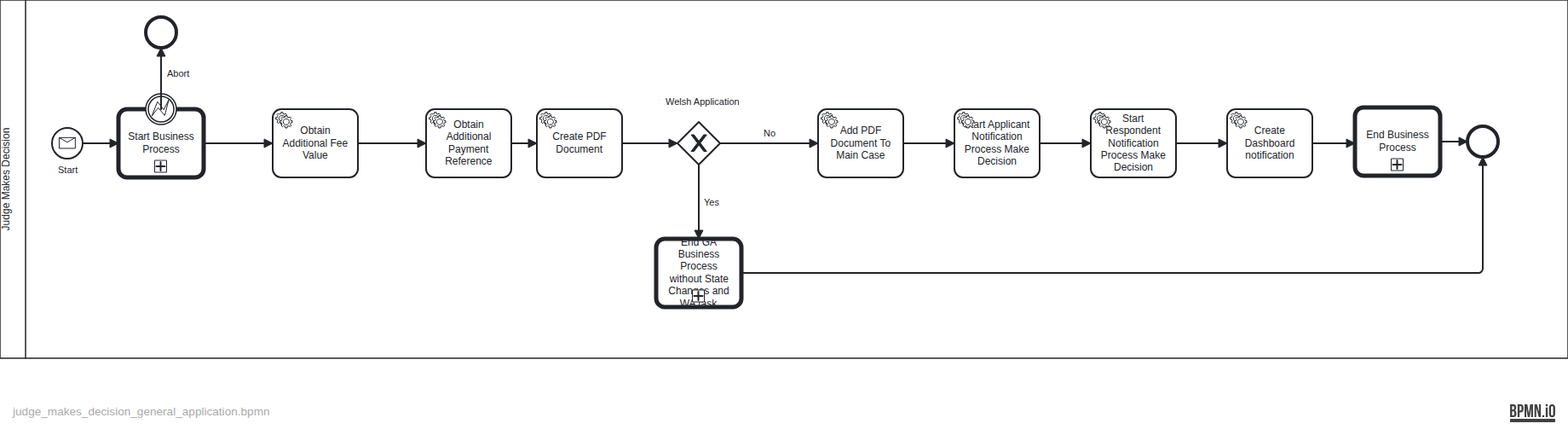
This is docs/bpmn-diagrams/judge_makes_decision_general_application.png from hmcts/civil-service, a BPMN export, as it was before one commit. Its source is kept beside it as src/main/resources/camunda/judge_makes_decision_general_application.bpmn. Ids are renumbered. Source of this version:
```xml
<bpmn:definitions xmlns:bpmn="http://www.omg.org/spec/BPMN/20100524/MODEL" xmlns:bpmndi="http://www.omg.org/spec/BPMN/20100524/DI" xmlns:dc="http://www.omg.org/spec/DD/20100524/DC" xmlns:camunda="http://camunda.org/schema/1.0/bpmn" xmlns:di="http://www.omg.org/spec/DD/20100524/DI" xmlns:xsi="http://www.w3.org/2001/XMLSchema-instance" xmlns:modeler="http://camunda.org/schema/modeler/1.0" id="Definitions_n1" targetNamespace="http://bpmn.io/schema/bpmn" exporter="Camunda Modeler" exporterVersion="5.41.0" modeler:executionPlatform="Camunda Platform" modeler:executionPlatformVersion="7.15.0">
  <bpmn:collaboration id="JudgeMakesDecision">
    <bpmn:participant id="Participant_n2" name="Judge Makes Decision&#10;" processRef="GA_MAKE_DECISION_PROCESS_ID" />
  </bpmn:collaboration>
  <bpmn:process id="GA_MAKE_DECISION_PROCESS_ID" name="GA make decision process" isExecutable="true" camunda:historyTimeToLive="P90D">
    <bpmn:startEvent id="Event_n3" name="Start">
      <bpmn:outgoing>Flow_n4</bpmn:outgoing>
      <bpmn:messageEventDefinition id="MessageEventDefinition_n5" messageRef="Message_n6" />
    </bpmn:startEvent>
    <bpmn:endEvent id="Event_n7">
      <bpmn:incoming>Flow_n8</bpmn:incoming>
    </bpmn:endEvent>
    <bpmn:sequenceFlow id="Flow_n8" sourceRef="Activity_n9" targetRef="Event_n7" />
    <bpmn:sequenceFlow id="Flow_n4" sourceRef="Event_n3" targetRef="Activity_n9" />
    <bpmn:serviceTask id="ObtainAdditionalFeeValue" name="Obtain Additional Fee Value" camunda:type="external" camunda:topic="processExternalCaseEventGASpec">
      <bpmn:extensionElements>
        <camunda:inputOutput>
          <camunda:inputParameter name="caseEvent">OBTAIN_ADDITIONAL_FEE_VALUE</camunda:inputParameter>
        </camunda:inputOutput>
      </bpmn:extensionElements>
      <bpmn:incoming>Flow_n10</bpmn:incoming>
      <bpmn:outgoing>Flow_n11</bpmn:outgoing>
    </bpmn:serviceTask>
    <bpmn:callActivity id="Activity_n9" name="Start Business Process" calledElement="GA_StartGeneralApplicationBusinessProcess">
      <bpmn:extensionElements>
        <camunda:in variables="all" />
        <camunda:out variables="all" />
      </bpmn:extensionElements>
      <bpmn:incoming>Flow_n4</bpmn:incoming>
      <bpmn:outgoing>Flow_n8</bpmn:outgoing>
      <bpmn:outgoing>Flow_n10</bpmn:outgoing>
    </bpmn:callActivity>
    <bpmn:boundaryEvent id="Event_n12" name="Abort" attachedToRef="Activity_n9">
      <bpmn:errorEventDefinition id="ErrorEventDefinition_n13" />
    </bpmn:boundaryEvent>
    <bpmn:sequenceFlow id="Flow_n10" sourceRef="Activity_n9" targetRef="ObtainAdditionalFeeValue" />
    <bpmn:serviceTask id="ObtainAdditionalPaymentReference" name="Obtain Additional Payment Reference" camunda:type="external" camunda:topic="processExternalCaseEventGASpec">
      <bpmn:extensionElements>
        <camunda:inputOutput>
          <camunda:inputParameter name="caseEvent">OBTAIN_ADDITIONAL_PAYMENT_REF</camunda:inputParameter>
        </camunda:inputOutput>
      </bpmn:extensionElements>
      <bpmn:incoming>Flow_n11</bpmn:incoming>
      <bpmn:outgoing>Flow_n14</bpmn:outgoing>
    </bpmn:serviceTask>
    <bpmn:sequenceFlow id="Flow_n11" sourceRef="ObtainAdditionalFeeValue" targetRef="ObtainAdditionalPaymentReference" />
    <bpmn:sequenceFlow id="Flow_n14" sourceRef="ObtainAdditionalPaymentReference" targetRef="CreatePDFDocument" />
    <bpmn:serviceTask id="CreatePDFDocument" name="Create PDF Document" camunda:type="external" camunda:topic="applicationProcessCaseEventGASpec">
      <bpmn:extensionElements>
        <camunda:inputOutput>
          <camunda:inputParameter name="caseEvent">GENERATE_JUDGES_FORM</camunda:inputParameter>
        </camunda:inputOutput>
      </bpmn:extensionElements>
      <bpmn:incoming>Flow_n14</bpmn:incoming>
      <bpmn:outgoing>Flow_n15</bpmn:outgoing>
    </bpmn:serviceTask>
    <bpmn:exclusiveGateway id="Gateway_n16" name="Welsh Application">
      <bpmn:incoming>Flow_n15</bpmn:incoming>
      <bpmn:outgoing>Flow_n17</bpmn:outgoing>
      <bpmn:outgoing>Flow_n18</bpmn:outgoing>
    </bpmn:exclusiveGateway>
    <bpmn:sequenceFlow id="Flow_n17" name="No" sourceRef="Gateway_n16" targetRef="AddPDFDocumentToMainCase">
      <bpmn:conditionExpression xsi:type="bpmn:tFormalExpression">${(empty flowFlags.WELSH_ENABLED_FOR_JUDGE_DECISION) || (!empty flowFlags.WELSH_ENABLED_FOR_JUDGE_DECISION&amp;&amp; !flowFlags.WELSH_ENABLED_FOR_JUDGE_DECISION)}</bpmn:conditionExpression>
    </bpmn:sequenceFlow>
    <bpmn:sequenceFlow id="Flow_n15" sourceRef="CreatePDFDocument" targetRef="Gateway_n16" />
    <bpmn:sequenceFlow id="Flow_n18" name="Yes" sourceRef="Gateway_n16" targetRef="Activity_n19">
      <bpmn:conditionExpression xsi:type="bpmn:tFormalExpression">${(!empty flowFlags.WELSH_ENABLED_FOR_JUDGE_DECISION &amp;&amp; flowFlags.WELSH_ENABLED_FOR_JUDGE_DECISION)}</bpmn:conditionExpression>
    </bpmn:sequenceFlow>
    <bpmn:serviceTask id="StartApplicantNotificationProcessMakeDecision" name="Start Applicant Notification Process Make Decision" camunda:type="external" camunda:topic="processExternalCaseEventGASpec">
      <bpmn:extensionElements>
        <camunda:inputOutput>
          <camunda:inputParameter name="caseEvent">START_APPLICANT_NOTIFICATION_PROCESS_MAKE_DECISION</camunda:inputParameter>
        </camunda:inputOutput>
      </bpmn:extensionElements>
      <bpmn:incoming>Flow_n20</bpmn:incoming>
      <bpmn:outgoing>Flow_n21</bpmn:outgoing>
    </bpmn:serviceTask>
    <bpmn:serviceTask id="AddPDFDocumentToMainCase" name="Add PDF Document To Main Case" camunda:type="external" camunda:topic="updateFromGACaseEvent">
      <bpmn:extensionElements>
        <camunda:inputOutput>
          <camunda:inputParameter name="caseEvent">ADD_PDF_TO_MAIN_CASE</camunda:inputParameter>
        </camunda:inputOutput>
      </bpmn:extensionElements>
      <bpmn:incoming>Flow_n17</bpmn:incoming>
      <bpmn:outgoing>Flow_n20</bpmn:outgoing>
    </bpmn:serviceTask>
    <bpmn:sequenceFlow id="Flow_n22" sourceRef="Activity_n19" targetRef="Event_n23" />
    <bpmn:sequenceFlow id="Flow_n24" sourceRef="Activity_n25" targetRef="Event_n23" />
    <bpmn:sequenceFlow id="Flow_n26" sourceRef="GenerateDashboardNotificationsGaMakeDecision" targetRef="Activity_n25" />
    <bpmn:sequenceFlow id="Flow_n27" sourceRef="StartRespondentNotificationProcessMakeDecision" targetRef="GenerateDashboardNotificationsGaMakeDecision" />
    <bpmn:sequenceFlow id="Flow_n21" sourceRef="StartApplicantNotificationProcessMakeDecision" targetRef="StartRespondentNotificationProcessMakeDecision" />
    <bpmn:sequenceFlow id="Flow_n20" sourceRef="AddPDFDocumentToMainCase" targetRef="StartApplicantNotificationProcessMakeDecision" />
    <bpmn:callActivity id="Activity_n19" name="End GA Business Process without State Changes and WA task" calledElement="GA_EndBusinessProcessWithoutWATask">
      <bpmn:extensionElements>
        <camunda:in variables="all" />
      </bpmn:extensionElements>
      <bpmn:incoming>Flow_n18</bpmn:incoming>
      <bpmn:outgoing>Flow_n22</bpmn:outgoing>
    </bpmn:callActivity>
    <bpmn:serviceTask id="StartRespondentNotificationProcessMakeDecision" name="Start Respondent Notification Process Make Decision" camunda:type="external" camunda:topic="processExternalCaseEventGASpec">
      <bpmn:extensionElements>
        <camunda:inputOutput>
          <camunda:inputParameter name="caseEvent">START_RESPONDENT_NOTIFICATION_PROCESS_MAKE_DECISION</camunda:inputParameter>
        </camunda:inputOutput>
      </bpmn:extensionElements>
      <bpmn:incoming>Flow_n21</bpmn:incoming>
      <bpmn:outgoing>Flow_n27</bpmn:outgoing>
    </bpmn:serviceTask>
    <bpmn:serviceTask id="GenerateDashboardNotificationsGaMakeDecision" name="Create Dashboard notification" camunda:type="external" camunda:topic="gaDashboardNotifications">
      <bpmn:extensionElements>
        <camunda:inputOutput>
          <camunda:inputParameter name="caseEvent">DASHBOARD_NOTIFICATION_EVENT</camunda:inputParameter>
        </camunda:inputOutput>
      </bpmn:extensionElements>
      <bpmn:incoming>Flow_n27</bpmn:incoming>
      <bpmn:outgoing>Flow_n26</bpmn:outgoing>
    </bpmn:serviceTask>
    <bpmn:callActivity id="Activity_n25" name="End Business Process" calledElement="GA_EndJudgeMakesDecisionBusinessProcess">
      <bpmn:extensionElements>
        <camunda:in variables="all" />
      </bpmn:extensionElements>
      <bpmn:incoming>Flow_n26</bpmn:incoming>
      <bpmn:outgoing>Flow_n24</bpmn:outgoing>
    </bpmn:callActivity>
    <bpmn:endEvent id="Event_n23">
      <bpmn:incoming>Flow_n24</bpmn:incoming>
      <bpmn:incoming>Flow_n22</bpmn:incoming>
    </bpmn:endEvent>
  </bpmn:process>
  <bpmn:message id="Message_n6" name="MAKE_DECISION" />
  <bpmndi:BPMNDiagram id="BPMNDiagram_1">
    <bpmndi:BPMNPlane id="BPMNPlane_1" bpmnElement="JudgeMakesDecision">
      <bpmndi:BPMNShape id="Participant_n2_di" bpmnElement="Participant_n2" isHorizontal="true">
        <dc:Bounds x="170" y="80" width="1840" height="420" />
      </bpmndi:BPMNShape>
      <bpmndi:BPMNShape id="Event_n3_di" bpmnElement="Event_n3">
        <dc:Bounds x="231" y="230" width="36" height="36" />
        <bpmndi:BPMNLabel>
          <dc:Bounds x="237" y="273" width="25" height="14" />
        </bpmndi:BPMNLabel>
      </bpmndi:BPMNShape>
      <bpmndi:BPMNShape id="Event_n7_di" bpmnElement="Event_n7">
        <dc:Bounds x="341" y="100" width="36" height="36" />
      </bpmndi:BPMNShape>
      <bpmndi:BPMNShape id="Activity_0nur7t1_di" bpmnElement="ObtainAdditionalFeeValue">
        <dc:Bounds x="490" y="208" width="100" height="80" />
      </bpmndi:BPMNShape>
      <bpmndi:BPMNShape id="Activity_n9_di" bpmnElement="Activity_n9">
        <dc:Bounds x="309" y="208" width="100" height="80" />
      </bpmndi:BPMNShape>
      <bpmndi:BPMNShape id="Activity_1iluc48_di" bpmnElement="ObtainAdditionalPaymentReference">
        <dc:Bounds x="670" y="208" width="100" height="80" />
      </bpmndi:BPMNShape>
      <bpmndi:BPMNShape id="Activity_02izv88_di" bpmnElement="CreatePDFDocument">
        <dc:Bounds x="800" y="208" width="100" height="80" />
      </bpmndi:BPMNShape>
      <bpmndi:BPMNShape id="Gateway_n16_di" bpmnElement="Gateway_n16" isMarkerVisible="true">
        <dc:Bounds x="965" y="223" width="50" height="50" />
        <bpmndi:BPMNLabel>
          <dc:Bounds x="951" y="193" width="86" height="14" />
        </bpmndi:BPMNLabel>
      </bpmndi:BPMNShape>
      <bpmndi:BPMNShape id="Activity_0d7dqyf_di" bpmnElement="StartApplicantNotificationProcessMakeDecision">
        <dc:Bounds x="1290" y="208" width="100" height="80" />
        <bpmndi:BPMNLabel />
      </bpmndi:BPMNShape>
      <bpmndi:BPMNShape id="Activity_0gedw0q_di" bpmnElement="AddPDFDocumentToMainCase">
        <dc:Bounds x="1130" y="208" width="100" height="80" />
      </bpmndi:BPMNShape>
      <bpmndi:BPMNShape id="Activity_14sbez9_di" bpmnElement="Activity_n19">
        <dc:Bounds x="940" y="360" width="100" height="80" />
        <bpmndi:BPMNLabel />
      </bpmndi:BPMNShape>
      <bpmndi:BPMNShape id="BPMNShape_n28" bpmnElement="StartRespondentNotificationProcessMakeDecision">
        <dc:Bounds x="1450" y="208" width="100" height="80" />
        <bpmndi:BPMNLabel />
      </bpmndi:BPMNShape>
      <bpmndi:BPMNShape id="Activity_1vqp3lv_di" bpmnElement="GenerateDashboardNotificationsGaMakeDecision">
        <dc:Bounds x="1610" y="208" width="100" height="80" />
        <bpmndi:BPMNLabel />
      </bpmndi:BPMNShape>
      <bpmndi:BPMNShape id="Activity_n25_di" bpmnElement="Activity_n25">
        <dc:Bounds x="1760" y="206" width="100" height="80" />
      </bpmndi:BPMNShape>
      <bpmndi:BPMNShape id="Event_n23_di" bpmnElement="Event_n23">
        <dc:Bounds x="1892" y="228" width="36" height="36" />
      </bpmndi:BPMNShape>
      <bpmndi:BPMNShape id="Event_n12_di" bpmnElement="Event_n12">
        <dc:Bounds x="341" y="190" width="36" height="36" />
        <bpmndi:BPMNLabel>
          <dc:Bounds x="366" y="160" width="27" height="14" />
        </bpmndi:BPMNLabel>
      </bpmndi:BPMNShape>
      <bpmndi:BPMNEdge id="Flow_n8_di" bpmnElement="Flow_n8">
        <di:waypoint x="359" y="208" />
        <di:waypoint x="359" y="136" />
      </bpmndi:BPMNEdge>
      <bpmndi:BPMNEdge id="Flow_n4_di" bpmnElement="Flow_n4">
        <di:waypoint x="267" y="248" />
        <di:waypoint x="309" y="248" />
      </bpmndi:BPMNEdge>
      <bpmndi:BPMNEdge id="Flow_n10_di" bpmnElement="Flow_n10">
        <di:waypoint x="409" y="248" />
        <di:waypoint x="490" y="248" />
      </bpmndi:BPMNEdge>
      <bpmndi:BPMNEdge id="Flow_n11_di" bpmnElement="Flow_n11">
        <di:waypoint x="590" y="248" />
        <di:waypoint x="670" y="248" />
      </bpmndi:BPMNEdge>
      <bpmndi:BPMNEdge id="Flow_n14_di" bpmnElement="Flow_n14">
        <di:waypoint x="770" y="248" />
        <di:waypoint x="800" y="248" />
      </bpmndi:BPMNEdge>
      <bpmndi:BPMNEdge id="Flow_n17_di" bpmnElement="Flow_n17">
        <di:waypoint x="1015" y="248" />
        <di:waypoint x="1130" y="248" />
        <bpmndi:BPMNLabel>
          <dc:Bounds x="1066" y="230" width="15" height="14" />
        </bpmndi:BPMNLabel>
      </bpmndi:BPMNEdge>
      <bpmndi:BPMNEdge id="Flow_n15_di" bpmnElement="Flow_n15">
        <di:waypoint x="900" y="248" />
        <di:waypoint x="965" y="248" />
      </bpmndi:BPMNEdge>
      <bpmndi:BPMNEdge id="Flow_n18_di" bpmnElement="Flow_n18">
        <di:waypoint x="990" y="273" />
        <di:waypoint x="990" y="360" />
        <bpmndi:BPMNLabel>
          <dc:Bounds x="996" y="311" width="18" height="14" />
        </bpmndi:BPMNLabel>
      </bpmndi:BPMNEdge>
      <bpmndi:BPMNEdge id="Flow_n22_di" bpmnElement="Flow_n22">
        <di:waypoint x="1040" y="400" />
        <di:waypoint x="1910" y="400" />
        <di:waypoint x="1910" y="264" />
      </bpmndi:BPMNEdge>
      <bpmndi:BPMNEdge id="Flow_n24_di" bpmnElement="Flow_n24">
        <di:waypoint x="1860" y="246" />
        <di:waypoint x="1892" y="246" />
      </bpmndi:BPMNEdge>
      <bpmndi:BPMNEdge id="Flow_n26_di" bpmnElement="Flow_n26">
        <di:waypoint x="1710" y="248" />
        <di:waypoint x="1760" y="248" />
      </bpmndi:BPMNEdge>
      <bpmndi:BPMNEdge id="Flow_n27_di" bpmnElement="Flow_n27">
        <di:waypoint x="1550" y="248" />
        <di:waypoint x="1610" y="248" />
      </bpmndi:BPMNEdge>
      <bpmndi:BPMNEdge id="Flow_n21_di" bpmnElement="Flow_n21">
        <di:waypoint x="1390" y="248" />
        <di:waypoint x="1450" y="248" />
      </bpmndi:BPMNEdge>
      <bpmndi:BPMNEdge id="Flow_n20_di" bpmnElement="Flow_n20">
        <di:waypoint x="1230" y="248" />
        <di:waypoint x="1290" y="248" />
      </bpmndi:BPMNEdge>
    </bpmndi:BPMNPlane>
  </bpmndi:BPMNDiagram>
</bpmn:definitions>
```
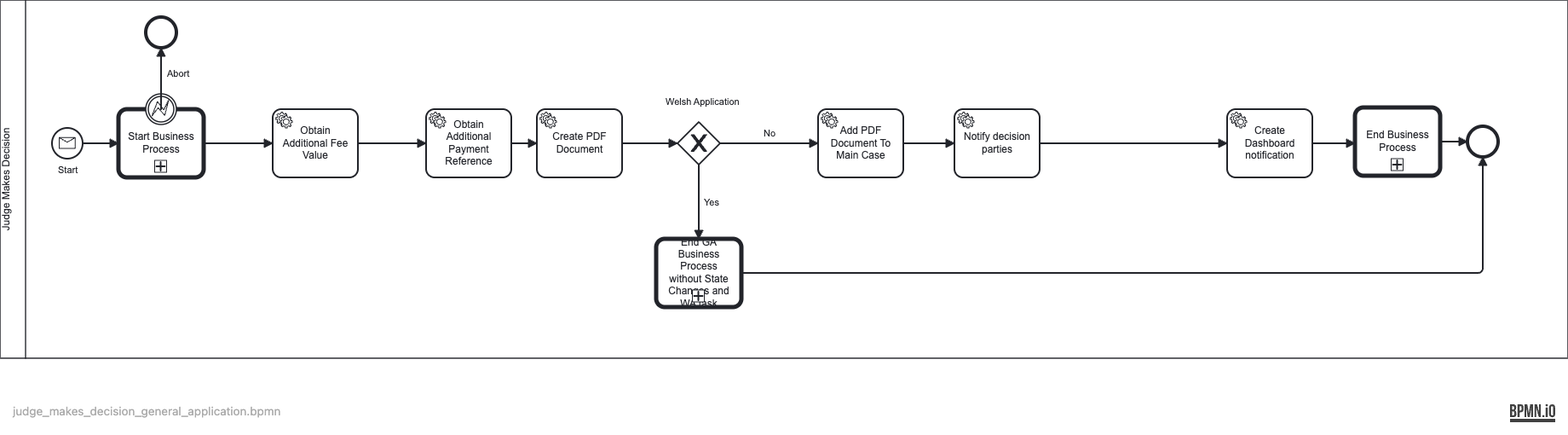
The same file after the commit.

Change to the diagram source:
```diff
@@ -1,4 +1,4 @@
-<bpmn:definitions xmlns:bpmn="http://www.omg.org/spec/BPMN/20100524/MODEL" xmlns:bpmndi="http://www.omg.org/spec/BPMN/20100524/DI" xmlns:dc="http://www.omg.org/spec/DD/20100524/DC" xmlns:camunda="http://camunda.org/schema/1.0/bpmn" xmlns:di="http://www.omg.org/spec/DD/20100524/DI" xmlns:xsi="http://www.w3.org/2001/XMLSchema-instance" xmlns:modeler="http://camunda.org/schema/modeler/1.0" id="Definitions_n1" targetNamespace="http://bpmn.io/schema/bpmn" exporter="Camunda Modeler" exporterVersion="5.41.0" modeler:executionPlatform="Camunda Platform" modeler:executionPlatformVersion="7.15.0">
+<bpmn:definitions xmlns:bpmn="http://www.omg.org/spec/BPMN/20100524/MODEL" xmlns:bpmndi="http://www.omg.org/spec/BPMN/20100524/DI" xmlns:dc="http://www.omg.org/spec/DD/20100524/DC" xmlns:camunda="http://camunda.org/schema/1.0/bpmn" xmlns:di="http://www.omg.org/spec/DD/20100524/DI" xmlns:xsi="http://www.w3.org/2001/XMLSchema-instance" xmlns:modeler="http://camunda.org/schema/modeler/1.0" id="Definitions_n1" targetNamespace="http://bpmn.io/schema/bpmn" exporter="Camunda Modeler" exporterVersion="5.35.0" modeler:executionPlatform="Camunda Platform" modeler:executionPlatformVersion="7.15.0">
   <bpmn:collaboration id="JudgeMakesDecision">
     <bpmn:participant id="Participant_n2" name="Judge Makes Decision&#10;" processRef="GA_MAKE_DECISION_PROCESS_ID" />
   </bpmn:collaboration>
@@ -66,14 +66,14 @@
     <bpmn:sequenceFlow id="Flow_n18" name="Yes" sourceRef="Gateway_n16" targetRef="Activity_n19">
       <bpmn:conditionExpression xsi:type="bpmn:tFormalExpression">${(!empty flowFlags.WELSH_ENABLED_FOR_JUDGE_DECISION &amp;&amp; flowFlags.WELSH_ENABLED_FOR_JUDGE_DECISION)}</bpmn:conditionExpression>
     </bpmn:sequenceFlow>
-    <bpmn:serviceTask id="StartApplicantNotificationProcessMakeDecision" name="Start Applicant Notification Process Make Decision" camunda:type="external" camunda:topic="processExternalCaseEventGASpec">
+    <bpmn:serviceTask id="NotifyGaJudicialDecision" name="Notify decision parties" camunda:type="external" camunda:topic="processExternalCaseEventGASpec">
       <bpmn:extensionElements>
         <camunda:inputOutput>
-          <camunda:inputParameter name="caseEvent">START_APPLICANT_NOTIFICATION_PROCESS_MAKE_DECISION</camunda:inputParameter>
+          <camunda:inputParameter name="caseEvent">NOTIFY_EVENT</camunda:inputParameter>
         </camunda:inputOutput>
       </bpmn:extensionElements>
       <bpmn:incoming>Flow_n20</bpmn:incoming>
-      <bpmn:outgoing>Flow_n21</bpmn:outgoing>
+      <bpmn:outgoing>Flow_n27</bpmn:outgoing>
     </bpmn:serviceTask>
     <bpmn:serviceTask id="AddPDFDocumentToMainCase" name="Add PDF Document To Main Case" camunda:type="external" camunda:topic="updateFromGACaseEvent">
       <bpmn:extensionElements>
@@ -87,9 +87,8 @@
     <bpmn:sequenceFlow id="Flow_n22" sourceRef="Activity_n19" targetRef="Event_n23" />
     <bpmn:sequenceFlow id="Flow_n24" sourceRef="Activity_n25" targetRef="Event_n23" />
     <bpmn:sequenceFlow id="Flow_n26" sourceRef="GenerateDashboardNotificationsGaMakeDecision" targetRef="Activity_n25" />
-    <bpmn:sequenceFlow id="Flow_n27" sourceRef="StartRespondentNotificationProcessMakeDecision" targetRef="GenerateDashboardNotificationsGaMakeDecision" />
-    <bpmn:sequenceFlow id="Flow_n21" sourceRef="StartApplicantNotificationProcessMakeDecision" targetRef="StartRespondentNotificationProcessMakeDecision" />
-    <bpmn:sequenceFlow id="Flow_n20" sourceRef="AddPDFDocumentToMainCase" targetRef="StartApplicantNotificationProcessMakeDecision" />
+    <bpmn:sequenceFlow id="Flow_n27" sourceRef="NotifyGaJudicialDecision" targetRef="GenerateDashboardNotificationsGaMakeDecision" />
+    <bpmn:sequenceFlow id="Flow_n20" sourceRef="AddPDFDocumentToMainCase" targetRef="NotifyGaJudicialDecision" />
     <bpmn:callActivity id="Activity_n19" name="End GA Business Process without State Changes and WA task" calledElement="GA_EndBusinessProcessWithoutWATask">
       <bpmn:extensionElements>
         <camunda:in variables="all" />
@@ -97,15 +96,6 @@
       <bpmn:incoming>Flow_n18</bpmn:incoming>
       <bpmn:outgoing>Flow_n22</bpmn:outgoing>
     </bpmn:callActivity>
-    <bpmn:serviceTask id="StartRespondentNotificationProcessMakeDecision" name="Start Respondent Notification Process Make Decision" camunda:type="external" camunda:topic="processExternalCaseEventGASpec">
-      <bpmn:extensionElements>
-        <camunda:inputOutput>
-          <camunda:inputParameter name="caseEvent">START_RESPONDENT_NOTIFICATION_PROCESS_MAKE_DECISION</camunda:inputParameter>
-        </camunda:inputOutput>
-      </bpmn:extensionElements>
-      <bpmn:incoming>Flow_n21</bpmn:incoming>
-      <bpmn:outgoing>Flow_n27</bpmn:outgoing>
-    </bpmn:serviceTask>
     <bpmn:serviceTask id="GenerateDashboardNotificationsGaMakeDecision" name="Create Dashboard notification" camunda:type="external" camunda:topic="gaDashboardNotifications">
       <bpmn:extensionElements>
         <camunda:inputOutput>
@@ -160,7 +150,7 @@
           <dc:Bounds x="951" y="193" width="86" height="14" />
         </bpmndi:BPMNLabel>
       </bpmndi:BPMNShape>
-      <bpmndi:BPMNShape id="Activity_0d7dqyf_di" bpmnElement="StartApplicantNotificationProcessMakeDecision">
+      <bpmndi:BPMNShape id="Activity_0d7dqyf_di" bpmnElement="NotifyGaJudicialDecision">
         <dc:Bounds x="1290" y="208" width="100" height="80" />
         <bpmndi:BPMNLabel />
       </bpmndi:BPMNShape>
@@ -171,19 +161,15 @@
         <dc:Bounds x="940" y="360" width="100" height="80" />
         <bpmndi:BPMNLabel />
       </bpmndi:BPMNShape>
-      <bpmndi:BPMNShape id="BPMNShape_n28" bpmnElement="StartRespondentNotificationProcessMakeDecision">
-        <dc:Bounds x="1450" y="208" width="100" height="80" />
-        <bpmndi:BPMNLabel />
-      </bpmndi:BPMNShape>
       <bpmndi:BPMNShape id="Activity_1vqp3lv_di" bpmnElement="GenerateDashboardNotificationsGaMakeDecision">
-        <dc:Bounds x="1610" y="208" width="100" height="80" />
+        <dc:Bounds x="1460" y="208" width="100" height="80" />
         <bpmndi:BPMNLabel />
       </bpmndi:BPMNShape>
       <bpmndi:BPMNShape id="Activity_n25_di" bpmnElement="Activity_n25">
-        <dc:Bounds x="1760" y="206" width="100" height="80" />
+        <dc:Bounds x="1620" y="206" width="100" height="80" />
       </bpmndi:BPMNShape>
       <bpmndi:BPMNShape id="Event_n23_di" bpmnElement="Event_n23">
-        <dc:Bounds x="1892" y="228" width="36" height="36" />
+        <dc:Bounds x="1792" y="228" width="36" height="36" />
       </bpmndi:BPMNShape>
       <bpmndi:BPMNShape id="Event_n12_di" bpmnElement="Event_n12">
         <dc:Bounds x="341" y="190" width="36" height="36" />
@@ -231,24 +217,20 @@
       </bpmndi:BPMNEdge>
       <bpmndi:BPMNEdge id="Flow_n22_di" bpmnElement="Flow_n22">
         <di:waypoint x="1040" y="400" />
-        <di:waypoint x="1910" y="400" />
-        <di:waypoint x="1910" y="264" />
+        <di:waypoint x="1810" y="400" />
+        <di:waypoint x="1810" y="264" />
       </bpmndi:BPMNEdge>
       <bpmndi:BPMNEdge id="Flow_n24_di" bpmnElement="Flow_n24">
-        <di:waypoint x="1860" y="246" />
-        <di:waypoint x="1892" y="246" />
+        <di:waypoint x="1720" y="246" />
+        <di:waypoint x="1792" y="246" />
       </bpmndi:BPMNEdge>
       <bpmndi:BPMNEdge id="Flow_n26_di" bpmnElement="Flow_n26">
-        <di:waypoint x="1710" y="248" />
-        <di:waypoint x="1760" y="248" />
+        <di:waypoint x="1560" y="248" />
+        <di:waypoint x="1620" y="248" />
       </bpmndi:BPMNEdge>
       <bpmndi:BPMNEdge id="Flow_n27_di" bpmnElement="Flow_n27">
-        <di:waypoint x="1550" y="248" />
-        <di:waypoint x="1610" y="248" />
-      </bpmndi:BPMNEdge>
-      <bpmndi:BPMNEdge id="Flow_n21_di" bpmnElement="Flow_n21">
         <di:waypoint x="1390" y="248" />
-        <di:waypoint x="1450" y="248" />
+        <di:waypoint x="1460" y="248" />
       </bpmndi:BPMNEdge>
       <bpmndi:BPMNEdge id="Flow_n20_di" bpmnElement="Flow_n20">
         <di:waypoint x="1230" y="248" />
```
